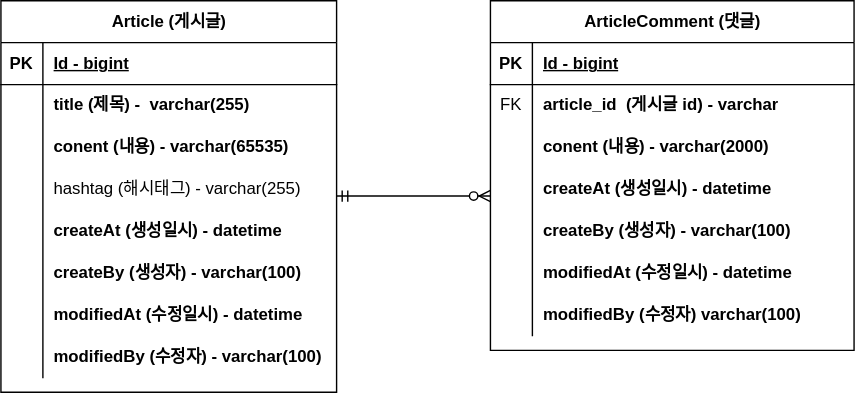
Earlier version of the draw.io export project-board-erd.drawio.svg (Jin-Tae/fastcompus-project-board). Source tidied: cells renumbered, new cells last; positions are measured from the earlier drawing's top-left corner, leaving out a move shared by most shapes.
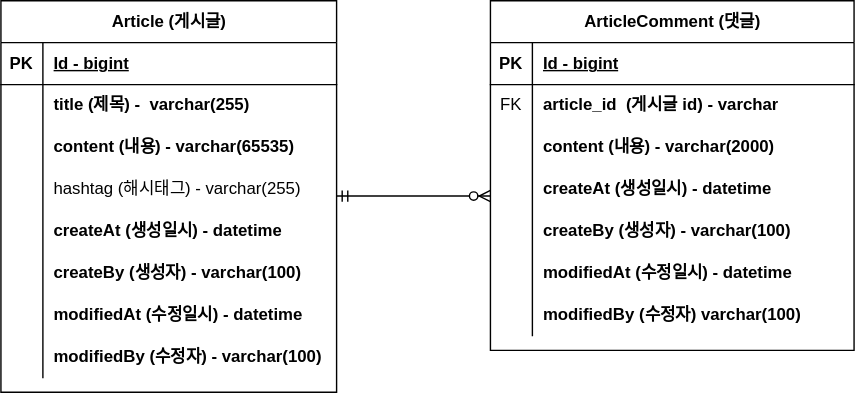
After the change.

What changed in the source:
```diff
@@ -29,7 +29,7 @@
     <mxCell id="10" style="shape=partialRectangle;fillColor=none;top=0;left=0;bottom=0;right=0;overflow=hidden;whiteSpace=wrap;html=1;" parent="9" vertex="1">
       <mxGeometry width="30" height="30" as="geometry" />
     </mxCell>
-    <mxCell id="11" value="conent (내용) - varchar(65535)" style="shape=partialRectangle;fillColor=none;top=0;left=0;bottom=0;right=0;align=left;spacingLeft=6;overflow=hidden;whiteSpace=wrap;html=1;fontStyle=1;" parent="9" vertex="1">
+    <mxCell id="11" value="content (내용) - varchar(65535)" style="shape=partialRectangle;fillColor=none;top=0;left=0;bottom=0;right=0;align=left;spacingLeft=6;overflow=hidden;whiteSpace=wrap;html=1;fontStyle=1;" parent="9" vertex="1">
       <mxGeometry x="30" width="210" height="30" as="geometry" />
     </mxCell>
     <mxCell id="12" style="shape=tableRow;horizontal=0;startSize=0;swimlaneHead=0;swimlaneBody=0;fillColor=none;top=0;left=0;right=0;bottom=0;" parent="2" vertex="1">
@@ -104,7 +104,7 @@
     <mxCell id="35" style="shape=partialRectangle;fillColor=none;top=0;left=0;bottom=0;right=0;overflow=hidden;whiteSpace=wrap;html=1;" parent="34" vertex="1">
       <mxGeometry width="30" height="30" as="geometry" />
     </mxCell>
-    <mxCell id="36" value="conent (내용) - varchar(2000)" style="shape=partialRectangle;fillColor=none;top=0;left=0;bottom=0;right=0;align=left;spacingLeft=6;overflow=hidden;whiteSpace=wrap;html=1;fontStyle=1;" parent="34" vertex="1">
+    <mxCell id="36" value="content (내용) - varchar(2000)" style="shape=partialRectangle;fillColor=none;top=0;left=0;bottom=0;right=0;align=left;spacingLeft=6;overflow=hidden;whiteSpace=wrap;html=1;fontStyle=1;" parent="34" vertex="1">
       <mxGeometry x="30" width="230" height="30" as="geometry" />
     </mxCell>
     <mxCell id="37" style="shape=tableRow;horizontal=0;startSize=0;swimlaneHead=0;swimlaneBody=0;fillColor=none;top=0;left=0;right=0;bottom=0;" parent="27" vertex="1">
```
